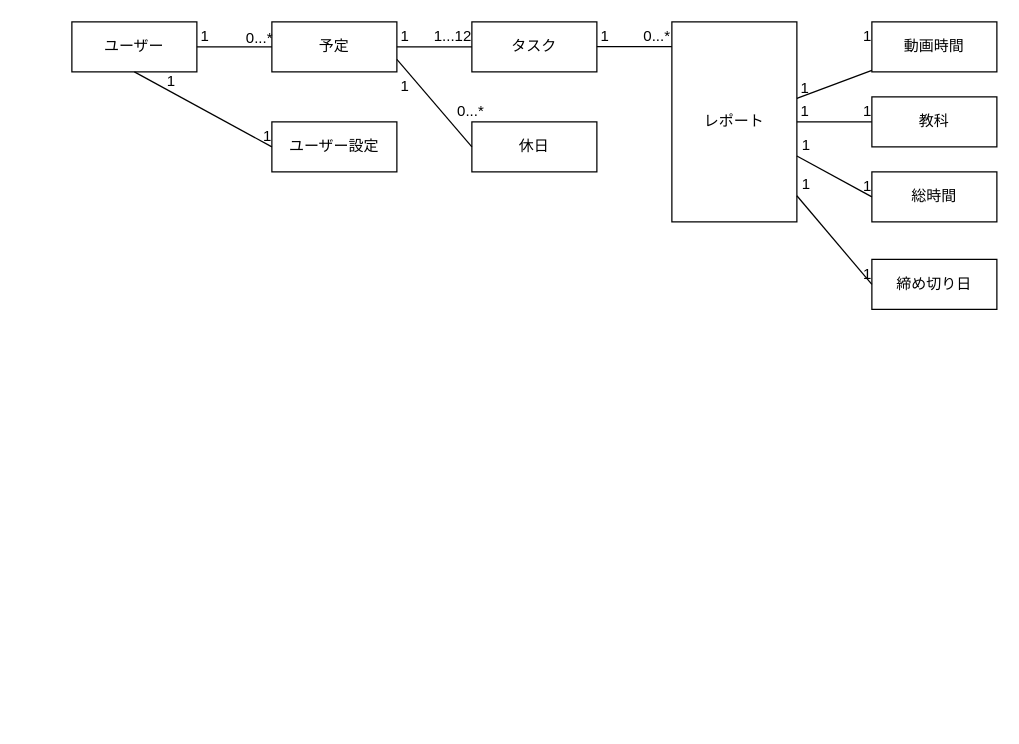
Earlier version of the draw.io diagram ER.dio (Cou01000111/NHSRepScheduler). Source tidied: cells renumbered, new cells numbered last; positions are measured from the earlier drawing's top-left corner, leaving out a move shared by most shapes. Both pictures are drawn from the tidied source at 125%, with x=0, y=0 at pixel (71, 21).
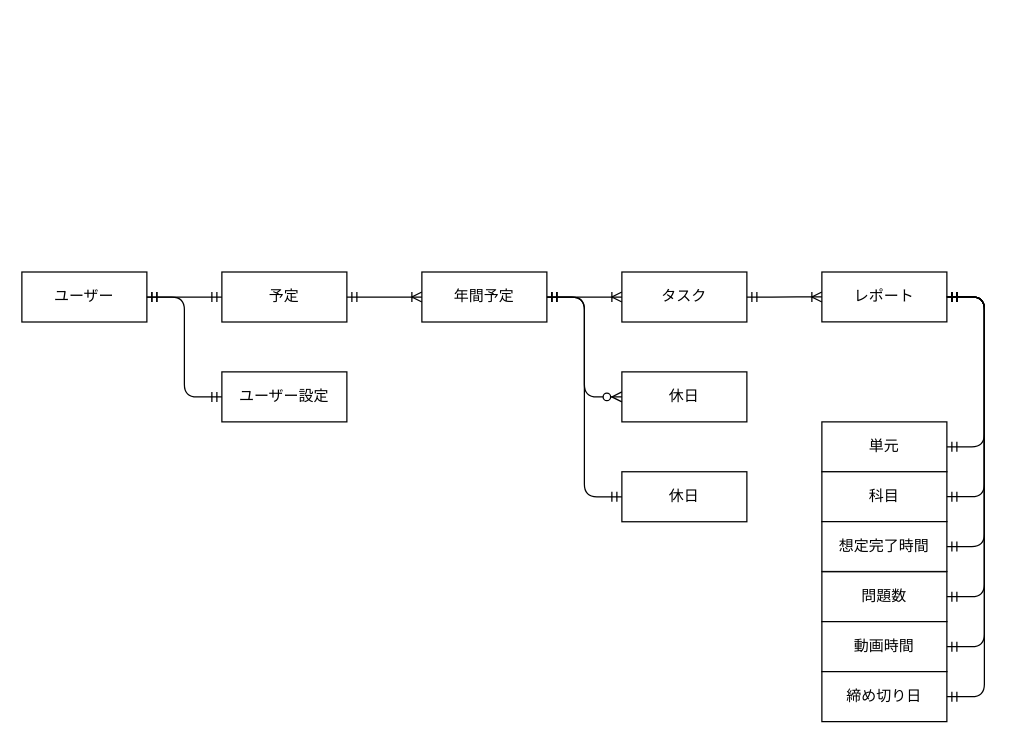
After the change.

The edit, as a diff of the source:
```diff
@@
     <mxCell id="2" value="ユーザー" style="whiteSpace=wrap;html=1;align=center;" parent="1" vertex="1">
-      <mxGeometry width="100" height="40" as="geometry" />
+      <mxGeometry x="-40" y="200.1" width="100" height="40" as="geometry" />
     </mxCell>
-    <mxCell id="3" value="タスク" style="whiteSpace=wrap;html=1;align=center;" parent="1" vertex="1">
-      <mxGeometry x="320" width="100" height="40" as="geometry" />
-    </mxCell>
     <mxCell id="4" value="予定" style="whiteSpace=wrap;html=1;align=center;" parent="1" vertex="1">
-      <mxGeometry x="160" width="100" height="40" as="geometry" />
+      <mxGeometry x="120" y="200.1" width="100" height="40" as="geometry" />
     </mxCell>
-    <mxCell id="5" value="レポート" style="whiteSpace=wrap;html=1;align=center;" parent="1" vertex="1">
-      <mxGeometry x="480" width="100" height="160" as="geometry" />
-    </mxCell>
-    <mxCell id="6" value="教科" style="whiteSpace=wrap;html=1;align=center;" parent="1" vertex="1">
-      <mxGeometry x="640" y="60" width="100" height="40" as="geometry" />
-    </mxCell>
-    <mxCell id="7" value="動画時間" style="whiteSpace=wrap;html=1;align=center;" parent="1" vertex="1">
-      <mxGeometry x="640" width="100" height="40" as="geometry" />
-    </mxCell>
-    <mxCell id="8" value="総時間" style="whiteSpace=wrap;html=1;align=center;" parent="1" vertex="1">
-      <mxGeometry x="640" y="120" width="100" height="40" as="geometry" />
-    </mxCell>
-    <mxCell id="9" style="endArrow=none;html=1;rounded=0;exitX=0;exitY=0.5;exitDx=0;exitDy=0;" parent="1" edge="1" source="4" target="2">
-      <mxGeometry relative="1" as="geometry" />
-    </mxCell>
-    <mxCell id="10" value="1" style="html=1;align=right;verticalAlign=bottom;" parent="9" vertex="1">
-      <mxGeometry x="1" relative="1" as="geometry">
-        <mxPoint x="10" as="offset" />
-      </mxGeometry>
-    </mxCell>
-    <mxCell id="11" value="0...*" style="html=1;align=right;verticalAlign=bottom;" parent="1" vertex="1">
-      <mxGeometry x="140" y="20" as="geometry">
-        <mxPoint x="21" y="1" as="offset" />
-      </mxGeometry>
-    </mxCell>
-    <mxCell id="12" style="endArrow=none;html=1;rounded=0;" parent="1" edge="1" source="3" target="4">
-      <mxGeometry relative="1" as="geometry" />
-    </mxCell>
-    <mxCell id="13" value="1" style="html=1;align=right;verticalAlign=bottom;" parent="12" vertex="1">
-      <mxGeometry x="1" relative="1" as="geometry">
-        <mxPoint x="10" as="offset" />
-      </mxGeometry>
-    </mxCell>
-    <mxCell id="14" value="1...12" style="html=1;align=right;verticalAlign=bottom;" parent="1" vertex="1">
-      <mxGeometry x="320" y="20" as="geometry" />
-    </mxCell>
-    <mxCell id="15" style="endArrow=none;html=1;rounded=0;" parent="1" edge="1" target="3">
-      <mxGeometry relative="1" as="geometry">
-        <mxPoint x="480" y="19.7" as="sourcePoint" />
-      </mxGeometry>
-    </mxCell>
-    <mxCell id="16" value="1" style="html=1;align=right;verticalAlign=bottom;" parent="15" vertex="1">
-      <mxGeometry x="1" relative="1" as="geometry">
-        <mxPoint x="10" as="offset" />
-      </mxGeometry>
-    </mxCell>
-    <mxCell id="17" value="0...*" style="html=1;align=right;verticalAlign=bottom;" parent="1" vertex="1">
-      <mxGeometry x="480" y="20" as="geometry">
-        <mxPoint x="-1" as="offset" />
-      </mxGeometry>
-    </mxCell>
-    <mxCell id="18" style="endArrow=none;html=1;rounded=0;" parent="1" edge="1" source="7" target="5">
-      <mxGeometry relative="1" as="geometry" />
-    </mxCell>
-    <mxCell id="19" value="1" style="html=1;align=right;verticalAlign=bottom;" parent="18" vertex="1">
-      <mxGeometry x="1" relative="1" as="geometry">
-        <mxPoint x="10" as="offset" />
-      </mxGeometry>
-    </mxCell>
-    <mxCell id="20" value="1" style="html=1;align=right;verticalAlign=bottom;" parent="1" vertex="1">
-      <mxGeometry x="640" y="20" as="geometry" />
-    </mxCell>
-    <mxCell id="21" style="endArrow=none;html=1;rounded=0;entryX=0;entryY=0.5;entryDx=0;entryDy=0;" parent="1" edge="1" source="5" target="6">
-      <mxGeometry relative="1" as="geometry" />
-    </mxCell>
-    <mxCell id="22" value="1" style="html=1;align=right;verticalAlign=bottom;" parent="21" vertex="1">
-      <mxGeometry x="1" relative="1" as="geometry" />
-    </mxCell>
-    <mxCell id="23" style="endArrow=none;html=1;rounded=0;entryX=0;entryY=0.5;entryDx=0;entryDy=0;" parent="1" edge="1" source="5" target="8">
-      <mxGeometry relative="1" as="geometry" />
-    </mxCell>
-    <mxCell id="24" value="1" style="html=1;align=right;verticalAlign=bottom;" parent="23" vertex="1">
-      <mxGeometry x="1" relative="1" as="geometry" />
-    </mxCell>
-    <mxCell id="25" value="1" style="html=1;align=right;verticalAlign=bottom;" parent="1" vertex="1">
-      <mxGeometry x="590" y="80" as="geometry" />
-    </mxCell>
-    <mxCell id="26" value="1" style="html=1;align=right;verticalAlign=bottom;" parent="1" vertex="1">
-      <mxGeometry x="660" y="150" as="geometry">
-        <mxPoint x="-69" y="-43" as="offset" />
-      </mxGeometry>
-    </mxCell>
     <mxCell id="27" value="ユーザー設定" style="whiteSpace=wrap;html=1;align=center;" parent="1" vertex="1">
-      <mxGeometry x="160" y="80" width="100" height="40" as="geometry" />
+      <mxGeometry x="120" y="280" width="100" height="40" as="geometry" />
     </mxCell>
-    <mxCell id="28" style="endArrow=none;html=1;rounded=0;entryX=0;entryY=0.5;entryDx=0;entryDy=0;exitX=0.5;exitY=1;exitDx=0;exitDy=0;" parent="1" edge="1" source="2" target="27">
+    <mxCell id="28" style="edgeStyle=entityRelationEdgeStyle;fontSize=12;html=1;endArrow=ERmandOne;startArrow=ERmandOne;" parent="1" edge="1" source="2" target="27">
       <mxGeometry relative="1" as="geometry" />
     </mxCell>
-    <mxCell id="29" value="1" style="html=1;align=right;verticalAlign=bottom;" parent="28" vertex="1">
-      <mxGeometry x="1" relative="1" as="geometry" />
-    </mxCell>
-    <mxCell id="30" value="1" style="html=1;align=right;verticalAlign=bottom;" parent="1" vertex="1">
-      <mxGeometry x="80" y="50" as="geometry">
-        <mxPoint x="3" y="6" as="offset" />
-      </mxGeometry>
-    </mxCell>
-    <mxCell id="31" value="休日" style="whiteSpace=wrap;html=1;align=center;" parent="1" vertex="1">
-      <mxGeometry x="320" y="80" width="100" height="40" as="geometry" />
-    </mxCell>
-    <mxCell id="32" style="endArrow=none;html=1;rounded=0;entryX=0;entryY=0.5;entryDx=0;entryDy=0;exitX=1;exitY=0.75;exitDx=0;exitDy=0;" parent="1" edge="1" source="4" target="31">
-      <mxGeometry relative="1" as="geometry" />
-    </mxCell>
-    <mxCell id="33" value="0...*" style="html=1;align=right;verticalAlign=bottom;" parent="32" vertex="1">
-      <mxGeometry x="1" relative="1" as="geometry">
-        <mxPoint x="9.9" y="-20.2" as="offset" />
-      </mxGeometry>
-    </mxCell>
-    <mxCell id="34" value="1" style="html=1;align=right;verticalAlign=bottom;" parent="1" vertex="1">
-      <mxGeometry x="270" y="60" as="geometry" />
-    </mxCell>
+    <mxCell id="3" value="タスク" style="whiteSpace=wrap;html=1;align=center;" parent="1" vertex="1">
+      <mxGeometry x="440" y="200.1" width="100" height="40" as="geometry" />
+    </mxCell>
+    <mxCell id="39" value="休日" style="whiteSpace=wrap;html=1;align=center;" parent="1" vertex="1">
+      <mxGeometry x="440" y="280" width="100" height="40" as="geometry" />
+    </mxCell>
+    <mxCell id="40" style="edgeStyle=orthogonalEdgeStyle;rounded=0;orthogonalLoop=1;jettySize=auto;html=1;exitX=0.5;exitY=1;exitDx=0;exitDy=0;" parent="1" edge="1" source="3" target="3">
+      <mxGeometry relative="1" as="geometry" />
+    </mxCell>
+    <mxCell id="41" style="edgeStyle=entityRelationEdgeStyle;fontSize=12;html=1;endArrow=ERzeroToMany;startArrow=ERmandOne;exitX=1;exitY=0.5;exitDx=0;exitDy=0;" parent="1" edge="1" source="54" target="39">
+      <mxGeometry relative="1" as="geometry" />
+    </mxCell>
+    <mxCell id="42" style="edgeStyle=entityRelationEdgeStyle;fontSize=12;html=1;endArrow=ERoneToMany;startArrow=ERmandOne;" parent="1" edge="1" source="54" target="3">
+      <mxGeometry relative="1" as="geometry" />
+    </mxCell>
+    <mxCell id="5" value="レポート" style="whiteSpace=wrap;html=1;align=center;" parent="1" vertex="1">
+      <mxGeometry x="600" y="200.1" width="100" height="39.9" as="geometry" />
+    </mxCell>
+    <mxCell id="43" style="edgeStyle=entityRelationEdgeStyle;fontSize=12;html=1;endArrow=ERoneToMany;startArrow=ERmandOne;" parent="1" edge="1" source="3" target="5">
+      <mxGeometry relative="1" as="geometry" />
+    </mxCell>
+    <mxCell id="44" value="単元" style="whiteSpace=wrap;html=1;align=center;" parent="1" vertex="1">
+      <mxGeometry x="600" y="320" width="100" height="39.9" as="geometry" />
+    </mxCell>
+    <mxCell id="45" value="科目" style="whiteSpace=wrap;html=1;align=center;" parent="1" vertex="1">
+      <mxGeometry x="600" y="359.9" width="100" height="39.9" as="geometry" />
+    </mxCell>
+    <mxCell id="46" style="edgeStyle=entityRelationEdgeStyle;fontSize=12;html=1;endArrow=ERmandOne;startArrow=ERmandOne;entryX=1;entryY=0.5;entryDx=0;entryDy=0;" parent="1" edge="1" source="44" target="5">
+      <mxGeometry relative="1" as="geometry" />
+    </mxCell>
+    <mxCell id="47" style="edgeStyle=entityRelationEdgeStyle;fontSize=12;html=1;endArrow=ERmandOne;startArrow=ERmandOne;entryX=1;entryY=0.5;entryDx=0;entryDy=0;" parent="1" edge="1" source="45" target="5">
+      <mxGeometry relative="1" as="geometry" />
+    </mxCell>
+    <mxCell id="48" value="想定完了時間" style="whiteSpace=wrap;html=1;align=center;" parent="1" vertex="1">
+      <mxGeometry x="600" y="399.8" width="100" height="39.9" as="geometry" />
+    </mxCell>
+    <mxCell id="49" value="問題数" style="whiteSpace=wrap;html=1;align=center;" parent="1" vertex="1">
+      <mxGeometry x="600" y="439.9" width="100" height="39.9" as="geometry" />
+    </mxCell>
+    <mxCell id="7" value="動画時間" style="whiteSpace=wrap;html=1;align=center;" parent="1" vertex="1">
+      <mxGeometry x="600" y="479.8" width="100" height="40" as="geometry" />
+    </mxCell>
     <mxCell id="35" value="締め切り日" style="whiteSpace=wrap;html=1;align=center;" parent="1" vertex="1">
-      <mxGeometry x="640" y="190" width="100" height="40" as="geometry" />
+      <mxGeometry x="600" y="519.8" width="100" height="40" as="geometry" />
     </mxCell>
-    <mxCell id="36" style="endArrow=none;html=1;rounded=0;entryX=0;entryY=0.5;entryDx=0;entryDy=0;" parent="1" edge="1" source="5" target="35">
-      <mxGeometry relative="1" as="geometry" />
-    </mxCell>
-    <mxCell id="37" value="1" style="html=1;align=right;verticalAlign=bottom;" parent="36" vertex="1">
-      <mxGeometry x="1" relative="1" as="geometry" />
-    </mxCell>
-    <mxCell id="38" value="1" style="html=1;align=right;verticalAlign=bottom;" parent="1" vertex="1">
-      <mxGeometry x="660" y="220.1" as="geometry">
-        <mxPoint x="-69" y="-82" as="offset" />
-      </mxGeometry>
-    </mxCell>
+    <mxCell id="50" style="edgeStyle=entityRelationEdgeStyle;fontSize=12;html=1;endArrow=ERmandOne;startArrow=ERmandOne;entryX=1;entryY=0.5;entryDx=0;entryDy=0;" parent="1" edge="1" source="48" target="5">
+      <mxGeometry relative="1" as="geometry" />
+    </mxCell>
+    <mxCell id="51" style="edgeStyle=entityRelationEdgeStyle;fontSize=12;html=1;endArrow=ERmandOne;startArrow=ERmandOne;entryX=1;entryY=0.5;entryDx=0;entryDy=0;" parent="1" edge="1" source="49" target="5">
+      <mxGeometry relative="1" as="geometry" />
+    </mxCell>
+    <mxCell id="18" style="edgeStyle=entityRelationEdgeStyle;fontSize=12;html=1;endArrow=ERmandOne;startArrow=ERmandOne;entryX=1;entryY=0.5;entryDx=0;entryDy=0;" parent="1" edge="1" source="7" target="5">
+      <mxGeometry relative="1" as="geometry" />
+    </mxCell>
+    <mxCell id="52" style="edgeStyle=entityRelationEdgeStyle;fontSize=12;html=1;endArrow=ERmandOne;startArrow=ERmandOne;entryX=1;entryY=0.5;entryDx=0;entryDy=0;" parent="1" edge="1" source="35" target="5">
+      <mxGeometry relative="1" as="geometry" />
+    </mxCell>
+    <mxCell id="53" style="edgeStyle=entityRelationEdgeStyle;fontSize=12;html=1;endArrow=ERmandOne;startArrow=ERmandOne;" parent="1" edge="1" source="2" target="4">
+      <mxGeometry relative="1" as="geometry" />
+    </mxCell>
+    <mxCell id="54" value="年間予定" style="whiteSpace=wrap;html=1;align=center;" parent="1" vertex="1">
+      <mxGeometry x="280" y="200.1" width="100" height="40" as="geometry" />
+    </mxCell>
+    <mxCell id="55" style="edgeStyle=entityRelationEdgeStyle;fontSize=12;html=1;endArrow=ERoneToMany;startArrow=ERmandOne;entryX=0;entryY=0.5;entryDx=0;entryDy=0;" parent="1" edge="1" source="4" target="54">
+      <mxGeometry relative="1" as="geometry" />
+    </mxCell>
+    <mxCell id="56" value="休日" style="whiteSpace=wrap;html=1;align=center;" parent="1" vertex="1">
+      <mxGeometry x="440" y="359.9" width="100" height="40" as="geometry" />
+    </mxCell>
+    <mxCell id="57" style="edgeStyle=entityRelationEdgeStyle;fontSize=12;html=1;endArrow=ERmandOne;startArrow=ERmandOne;" parent="1" edge="1" source="54" target="56">
+      <mxGeometry relative="1" as="geometry" />
+    </mxCell>
```
